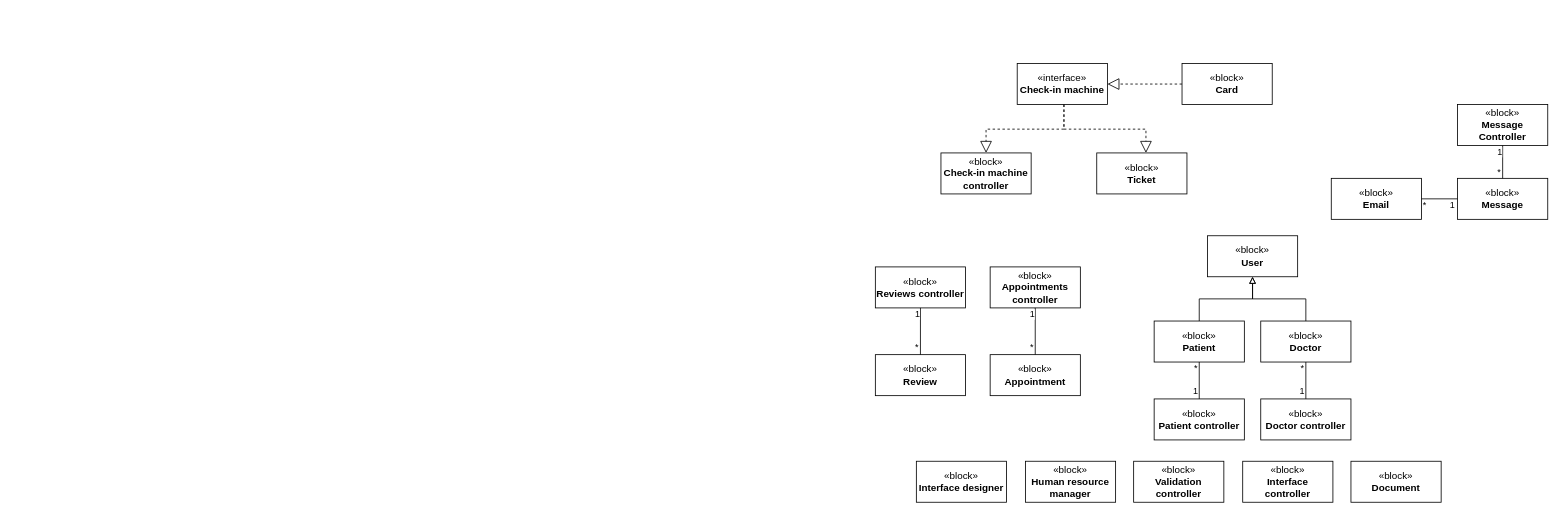
Before: Diagrams/Logical View/Logical View.drawio in RafaelCMira/myclinic-msp-project, a draw.io diagram. Source tidied: cells renumbered, new cells numbered last; positions are measured from the earlier drawing's top-left corner, leaving out a move shared by most shapes. Both pictures are drawn from the tidied source at 82%, with x=0, y=0 at pixel (875, 63).
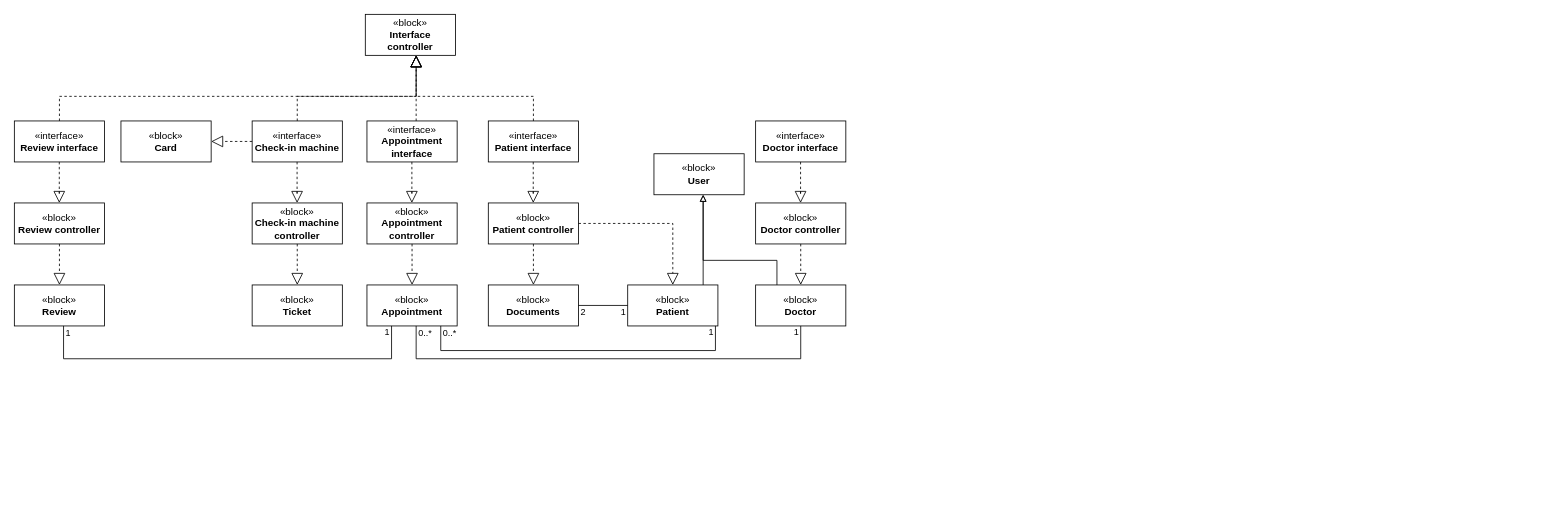
The same page after the edit.

The edit, as a diff of the source:
```diff
@@
+    <mxCell id="17" value="«block»&lt;br&gt;&lt;b&gt;Patient controller&lt;/b&gt;" style="html=1;whiteSpace=wrap;" parent="1" vertex="1">
+      <mxGeometry x="-472" y="170" width="110" height="50" as="geometry" />
+    </mxCell>
+    <mxCell id="46" value="«interface»&lt;br&gt;&lt;b&gt;Patient interface&lt;/b&gt;" style="html=1;whiteSpace=wrap;" parent="1" vertex="1">
+      <mxGeometry x="-472" y="70" width="110" height="50" as="geometry" />
+    </mxCell>
+    <mxCell id="47" value="«block»&lt;br&gt;&lt;b&gt;Documents&lt;/b&gt;" style="html=1;whiteSpace=wrap;" parent="1" vertex="1">
+      <mxGeometry x="-472" y="270" width="110" height="50" as="geometry" />
+    </mxCell>
+    <mxCell id="48" style="endArrow=block;dashed=1;endFill=0;endSize=12;html=1;rounded=0;edgeStyle=orthogonalEdgeStyle;" parent="1" edge="1">
+      <mxGeometry relative="1" as="geometry">
+        <mxPoint x="-417.2" y="120" as="sourcePoint" />
+        <mxPoint x="-417.2" y="170" as="targetPoint" />
+        <Array as="points">
+          <mxPoint x="-417.3" y="160" />
+          <mxPoint x="-417.3" y="160" />
+        </Array>
+      </mxGeometry>
+    </mxCell>
+    <mxCell id="49" style="endArrow=block;dashed=1;endFill=0;endSize=12;html=1;rounded=0;edgeStyle=orthogonalEdgeStyle;" parent="1" edge="1" source="17" target="47">
+      <mxGeometry relative="1" as="geometry" />
+    </mxCell>
     <mxCell id="2" value="«block»&lt;br&gt;&lt;b&gt;Patient&lt;/b&gt;" style="html=1;whiteSpace=wrap;" parent="1" vertex="1">
-      <mxGeometry x="340" y="314" width="110" height="50" as="geometry" />
+      <mxGeometry x="-302" y="270" width="110" height="50" as="geometry" />
     </mxCell>
+    <mxCell id="50" style="endArrow=block;dashed=1;endFill=0;endSize=12;html=1;rounded=0;edgeStyle=orthogonalEdgeStyle;" parent="1" edge="1" source="17" target="2">
+      <mxGeometry relative="1" as="geometry" />
+    </mxCell>
+    <mxCell id="51" style="endArrow=none;html=1;endSize=12;startArrow=none;startSize=14;startFill=0;edgeStyle=orthogonalEdgeStyle;rounded=0;endFill=0;" parent="1" edge="1" source="47" target="2">
+      <mxGeometry y="40" relative="1" as="geometry" />
+    </mxCell>
+    <mxCell id="52" value="2" style="edgeLabel;html=1;align=left;verticalAlign=top;" parent="51" vertex="1">
+      <mxGeometry x="-1" relative="1" as="geometry">
+        <mxPoint x="1" y="-5" as="offset" />
+      </mxGeometry>
+    </mxCell>
+    <mxCell id="53" value="1" style="edgeLabel;html=1;align=right;verticalAlign=top;" parent="51" vertex="1">
+      <mxGeometry x="1" relative="1" as="geometry">
+        <mxPoint x="-2" y="-5" as="offset" />
+      </mxGeometry>
+    </mxCell>
+    <mxCell id="54" value="«block»&lt;br&gt;&lt;b&gt;Appointment controller&lt;/b&gt;" style="html=1;whiteSpace=wrap;" parent="1" vertex="1">
+      <mxGeometry x="-620" y="170" width="110" height="50" as="geometry" />
+    </mxCell>
+    <mxCell id="55" value="«interface»&lt;br&gt;&lt;b&gt;Appointment interface&lt;/b&gt;" style="html=1;whiteSpace=wrap;" parent="1" vertex="1">
+      <mxGeometry x="-620" y="70" width="110" height="50" as="geometry" />
+    </mxCell>
+    <mxCell id="27" value="«block»&lt;br&gt;&lt;b&gt;Appointment&lt;/b&gt;" style="html=1;whiteSpace=wrap;" parent="1" vertex="1">
+      <mxGeometry x="-620" y="270" width="110" height="50" as="geometry" />
+    </mxCell>
+    <mxCell id="56" style="endArrow=block;dashed=1;endFill=0;endSize=12;html=1;rounded=0;edgeStyle=orthogonalEdgeStyle;" parent="1" edge="1">
+      <mxGeometry relative="1" as="geometry">
+        <mxPoint x="-565.2" y="120" as="sourcePoint" />
+        <mxPoint x="-565.2" y="170" as="targetPoint" />
+        <Array as="points">
+          <mxPoint x="-565.3" y="160" />
+          <mxPoint x="-565.3" y="160" />
+        </Array>
+      </mxGeometry>
+    </mxCell>
+    <mxCell id="57" style="endArrow=block;dashed=1;endFill=0;endSize=12;html=1;rounded=0;edgeStyle=orthogonalEdgeStyle;" parent="1" edge="1" source="54" target="27">
+      <mxGeometry relative="1" as="geometry" />
+    </mxCell>
+    <mxCell id="58" style="endArrow=none;html=1;endSize=12;startArrow=none;startSize=14;startFill=0;edgeStyle=orthogonalEdgeStyle;rounded=0;endFill=0;" parent="1" edge="1" source="27" target="2">
+      <mxGeometry y="40" relative="1" as="geometry">
+        <Array as="points">
+          <mxPoint x="-530" y="350" />
+          <mxPoint x="-195" y="350" />
+        </Array>
+      </mxGeometry>
+    </mxCell>
+    <mxCell id="59" value="0..*" style="edgeLabel;html=1;align=left;verticalAlign=top;" parent="58" vertex="1">
+      <mxGeometry x="-1" relative="1" as="geometry">
+        <mxPoint x="1" y="-4" as="offset" />
+      </mxGeometry>
+    </mxCell>
+    <mxCell id="60" value="1" style="edgeLabel;html=1;align=right;verticalAlign=top;" parent="58" vertex="1">
+      <mxGeometry x="1" relative="1" as="geometry">
+        <mxPoint x="-2" y="-5" as="offset" />
+      </mxGeometry>
+    </mxCell>
+    <mxCell id="8" value="«block»&lt;br&gt;&lt;b&gt;Check-in machine controller&lt;/b&gt;" style="html=1;whiteSpace=wrap;" parent="1" vertex="1">
+      <mxGeometry x="-760" y="170" width="110" height="50" as="geometry" />
+    </mxCell>
+    <mxCell id="7" value="«interface»&lt;br&gt;&lt;b&gt;Check-in machine&lt;/b&gt;" style="html=1;whiteSpace=wrap;" parent="1" vertex="1">
+      <mxGeometry x="-760" y="70" width="110" height="50" as="geometry" />
+    </mxCell>
+    <mxCell id="12" value="«block»&lt;br&gt;&lt;b&gt;Ticket&lt;/b&gt;" style="html=1;whiteSpace=wrap;" parent="1" vertex="1">
+      <mxGeometry x="-760" y="270" width="110" height="50" as="geometry" />
+    </mxCell>
+    <mxCell id="61" style="endArrow=block;dashed=1;endFill=0;endSize=12;html=1;rounded=0;edgeStyle=orthogonalEdgeStyle;" parent="1" edge="1">
+      <mxGeometry relative="1" as="geometry">
+        <mxPoint x="-705.2" y="120" as="sourcePoint" />
+        <mxPoint x="-705.2" y="170" as="targetPoint" />
+        <Array as="points">
+          <mxPoint x="-705.3" y="160" />
+          <mxPoint x="-705.3" y="160" />
+        </Array>
+      </mxGeometry>
+    </mxCell>
+    <mxCell id="62" style="endArrow=block;dashed=1;endFill=0;endSize=12;html=1;rounded=0;edgeStyle=orthogonalEdgeStyle;" parent="1" edge="1" source="8" target="12">
+      <mxGeometry relative="1" as="geometry" />
+    </mxCell>
+    <mxCell id="10" value="«block»&lt;br&gt;&lt;b&gt;Card&lt;/b&gt;" style="html=1;whiteSpace=wrap;" parent="1" vertex="1">
+      <mxGeometry x="-920" y="70" width="110" height="50" as="geometry" />
+    </mxCell>
+    <mxCell id="63" style="endArrow=block;dashed=1;endFill=0;endSize=12;html=1;rounded=0;edgeStyle=orthogonalEdgeStyle;" parent="1" edge="1" source="7" target="10">
+      <mxGeometry relative="1" as="geometry" />
+    </mxCell>
+    <mxCell id="22" value="«block»&lt;br&gt;&lt;b&gt;Interface controller&lt;/b&gt;" style="html=1;whiteSpace=wrap;" parent="1" vertex="1">
+      <mxGeometry x="-622" y="-60" width="110" height="50" as="geometry" />
+    </mxCell>
+    <mxCell id="64" style="endArrow=block;dashed=1;endFill=0;endSize=12;html=1;rounded=0;edgeStyle=orthogonalEdgeStyle;" parent="1" edge="1" source="7" target="22">
+      <mxGeometry relative="1" as="geometry">
+        <Array as="points">
+          <mxPoint x="-705" y="40" />
+          <mxPoint x="-560" y="40" />
+        </Array>
+      </mxGeometry>
+    </mxCell>
+    <mxCell id="65" style="endArrow=block;dashed=1;endFill=0;endSize=12;html=1;rounded=0;edgeStyle=orthogonalEdgeStyle;" parent="1" edge="1" source="55" target="22">
+      <mxGeometry relative="1" as="geometry">
+        <Array as="points">
+          <mxPoint x="-560" y="50" />
+          <mxPoint x="-560" y="50" />
+        </Array>
+      </mxGeometry>
+    </mxCell>
+    <mxCell id="66" style="endArrow=block;dashed=1;endFill=0;endSize=12;html=1;rounded=0;edgeStyle=orthogonalEdgeStyle;" parent="1" edge="1" source="46" target="22">
+      <mxGeometry relative="1" as="geometry">
+        <Array as="points">
+          <mxPoint x="-417" y="40" />
+          <mxPoint x="-560" y="40" />
+        </Array>
+      </mxGeometry>
+    </mxCell>
+    <mxCell id="67" value="«block»&lt;br&gt;&lt;b&gt;Review controller&lt;/b&gt;" style="html=1;whiteSpace=wrap;" parent="1" vertex="1">
+      <mxGeometry x="-1050" y="170" width="110" height="50" as="geometry" />
+    </mxCell>
+    <mxCell id="68" value="«interface»&lt;br&gt;&lt;b&gt;Review interface&lt;/b&gt;" style="html=1;whiteSpace=wrap;" parent="1" vertex="1">
+      <mxGeometry x="-1050" y="70" width="110" height="50" as="geometry" />
+    </mxCell>
+    <mxCell id="24" value="«block»&lt;br&gt;&lt;b&gt;Review&lt;/b&gt;" style="html=1;whiteSpace=wrap;" parent="1" vertex="1">
+      <mxGeometry x="-1050" y="270" width="110" height="50" as="geometry" />
+    </mxCell>
+    <mxCell id="69" style="endArrow=block;dashed=1;endFill=0;endSize=12;html=1;rounded=0;edgeStyle=orthogonalEdgeStyle;" parent="1" edge="1">
+      <mxGeometry relative="1" as="geometry">
+        <mxPoint x="-995.2" y="120" as="sourcePoint" />
+        <mxPoint x="-995.2" y="170" as="targetPoint" />
+        <Array as="points">
+          <mxPoint x="-995.3" y="160" />
+          <mxPoint x="-995.3" y="160" />
+        </Array>
+      </mxGeometry>
+    </mxCell>
+    <mxCell id="70" style="endArrow=block;dashed=1;endFill=0;endSize=12;html=1;rounded=0;edgeStyle=orthogonalEdgeStyle;" parent="1" edge="1" source="67" target="24">
+      <mxGeometry relative="1" as="geometry" />
+    </mxCell>
+    <mxCell id="71" style="endArrow=block;dashed=1;endFill=0;endSize=12;html=1;rounded=0;edgeStyle=orthogonalEdgeStyle;" parent="1" edge="1" source="68" target="22">
+      <mxGeometry relative="1" as="geometry">
+        <Array as="points">
+          <mxPoint x="-995" y="40" />
+          <mxPoint x="-560" y="40" />
+        </Array>
+      </mxGeometry>
+    </mxCell>
+    <mxCell id="72" style="endArrow=none;html=1;endSize=12;startArrow=none;startSize=14;startFill=0;edgeStyle=orthogonalEdgeStyle;rounded=0;endFill=0;" parent="1" edge="1" source="24" target="27">
+      <mxGeometry y="40" relative="1" as="geometry">
+        <Array as="points">
+          <mxPoint x="-990" y="360" />
+          <mxPoint x="-590" y="360" />
+        </Array>
+      </mxGeometry>
+    </mxCell>
+    <mxCell id="73" value="1" style="edgeLabel;html=1;align=left;verticalAlign=top;" parent="72" vertex="1">
+      <mxGeometry x="-1" relative="1" as="geometry">
+        <mxPoint x="1" y="-4" as="offset" />
+      </mxGeometry>
+    </mxCell>
+    <mxCell id="74" value="1" style="edgeLabel;html=1;align=right;verticalAlign=top;" parent="72" vertex="1">
+      <mxGeometry x="1" relative="1" as="geometry">
+        <mxPoint x="-2" y="-5" as="offset" />
+      </mxGeometry>
+    </mxCell>
     <mxCell id="3" value="«block»&lt;br&gt;&lt;b&gt;Doctor&lt;/b&gt;" style="html=1;whiteSpace=wrap;" parent="1" vertex="1">
-      <mxGeometry x="470" y="314" width="110" height="50" as="geometry" />
+      <mxGeometry x="-146" y="270" width="110" height="50" as="geometry" />
     </mxCell>
     <mxCell id="4" value="«block»&lt;br&gt;&lt;b&gt;User&lt;/b&gt;" style="html=1;whiteSpace=wrap;" parent="1" vertex="1">
-      <mxGeometry x="405" y="210" width="110" height="50" as="geometry" />
+      <mxGeometry x="-270" y="110" width="110" height="50" as="geometry" />
     </mxCell>
+    <mxCell id="6" style="endArrow=none;endFill=0;endSize=12;html=1;rounded=0;edgeStyle=orthogonalEdgeStyle;startArrow=block;startFill=0;" parent="1" edge="1" source="4" target="3">
+      <mxGeometry relative="1" as="geometry">
+        <Array as="points">
+          <mxPoint x="-210" y="240" />
+          <mxPoint x="-120" y="240" />
+        </Array>
+      </mxGeometry>
+    </mxCell>
     <mxCell id="5" style="endArrow=none;endFill=0;endSize=12;html=1;rounded=0;edgeStyle=orthogonalEdgeStyle;startArrow=block;startFill=0;" parent="1" edge="1" source="4" target="2">
-      <mxGeometry relative="1" as="geometry" />
+      <mxGeometry relative="1" as="geometry">
+        <Array as="points">
+          <mxPoint x="-210" y="220" />
+          <mxPoint x="-210" y="220" />
+        </Array>
+      </mxGeometry>
     </mxCell>
-    <mxCell id="6" style="endArrow=none;endFill=0;endSize=12;html=1;rounded=0;edgeStyle=orthogonalEdgeStyle;startArrow=block;startFill=0;" parent="1" edge="1" source="4" target="3">
-      <mxGeometry relative="1" as="geometry" />
-    </mxCell>
-    <mxCell id="7" value="«interface»&lt;br&gt;&lt;b&gt;Check-in machine&lt;/b&gt;" style="html=1;whiteSpace=wrap;" parent="1" vertex="1">
-      <mxGeometry x="173" width="110" height="50" as="geometry" />
-    </mxCell>
-    <mxCell id="8" value="«block»&lt;br&gt;&lt;b&gt;Check-in machine controller&lt;/b&gt;" style="html=1;whiteSpace=wrap;" parent="1" vertex="1">
-      <mxGeometry x="80" y="109" width="110" height="50" as="geometry" />
-    </mxCell>
-    <mxCell id="9" style="endArrow=block;dashed=1;endFill=0;endSize=12;html=1;rounded=0;edgeStyle=orthogonalEdgeStyle;" parent="1" edge="1" source="7" target="8">
-      <mxGeometry relative="1" as="geometry">
-        <Array as="points">
-          <mxPoint x="230" y="80" />
-          <mxPoint x="135" y="80" />
-        </Array>
-      </mxGeometry>
-    </mxCell>
-    <mxCell id="10" value="«block»&lt;br&gt;&lt;b&gt;Card&lt;/b&gt;" style="html=1;whiteSpace=wrap;" parent="1" vertex="1">
-      <mxGeometry x="374" width="110" height="50" as="geometry" />
-    </mxCell>
-    <mxCell id="11" style="endArrow=block;dashed=1;endFill=0;endSize=12;html=1;rounded=0;edgeStyle=orthogonalEdgeStyle;" parent="1" edge="1" source="10" target="7">
-      <mxGeometry relative="1" as="geometry" />
-    </mxCell>
-    <mxCell id="12" value="«block»&lt;br&gt;&lt;b&gt;Ticket&lt;/b&gt;" style="html=1;whiteSpace=wrap;" parent="1" vertex="1">
-      <mxGeometry x="270" y="109" width="110" height="50" as="geometry" />
-    </mxCell>
-    <mxCell id="13" style="endArrow=block;dashed=1;endFill=0;endSize=12;html=1;rounded=0;edgeStyle=orthogonalEdgeStyle;" parent="1" edge="1" source="7" target="12">
-      <mxGeometry relative="1" as="geometry">
-        <Array as="points">
-          <mxPoint x="230" y="80" />
-          <mxPoint x="330" y="80" />
-        </Array>
-      </mxGeometry>
-    </mxCell>
-    <mxCell id="14" value="«block»&lt;br&gt;&lt;b&gt;Appointments controller&lt;/b&gt;" style="html=1;whiteSpace=wrap;" parent="1" vertex="1">
-      <mxGeometry x="140" y="248" width="110" height="50" as="geometry" />
-    </mxCell>
-    <mxCell id="15" value="«block»&lt;br&gt;&lt;b&gt;Message Controller&lt;/b&gt;" style="html=1;whiteSpace=wrap;" parent="1" vertex="1">
-      <mxGeometry x="710" y="50" width="110" height="50" as="geometry" />
-    </mxCell>
-    <mxCell id="16" value="«block»&lt;br&gt;&lt;b&gt;Document&lt;/b&gt;" style="html=1;whiteSpace=wrap;" parent="1" vertex="1">
-      <mxGeometry x="580" y="485" width="110" height="50" as="geometry" />
-    </mxCell>
-    <mxCell id="17" value="«block»&lt;br&gt;&lt;b&gt;Patient controller&lt;/b&gt;" style="html=1;whiteSpace=wrap;" parent="1" vertex="1">
-      <mxGeometry x="340" y="409" width="110" height="50" as="geometry" />
-    </mxCell>
-    <mxCell id="18" value="«block»&lt;br&gt;&lt;b&gt;Human resource manager&lt;/b&gt;" style="html=1;whiteSpace=wrap;" parent="1" vertex="1">
-      <mxGeometry x="183" y="485" width="110" height="50" as="geometry" />
-    </mxCell>
-    <mxCell id="19" value="«block»&lt;br&gt;&lt;b&gt;Email&lt;/b&gt;" style="html=1;whiteSpace=wrap;" parent="1" vertex="1">
-      <mxGeometry x="556" y="140" width="110" height="50" as="geometry" />
-    </mxCell>
-    <mxCell id="20" value="«block»&lt;br&gt;&lt;b&gt;Validation controller&lt;/b&gt;" style="html=1;whiteSpace=wrap;" parent="1" vertex="1">
-      <mxGeometry x="315" y="485" width="110" height="50" as="geometry" />
-    </mxCell>
-    <mxCell id="21" value="«block»&lt;br&gt;&lt;b&gt;Message&lt;/b&gt;" style="html=1;whiteSpace=wrap;" parent="1" vertex="1">
-      <mxGeometry x="710" y="140" width="110" height="50" as="geometry" />
-    </mxCell>
-    <mxCell id="22" value="«block»&lt;br&gt;&lt;b&gt;Interface controller&lt;/b&gt;" style="html=1;whiteSpace=wrap;" parent="1" vertex="1">
-      <mxGeometry x="448" y="485" width="110" height="50" as="geometry" />
-    </mxCell>
-    <mxCell id="23" value="«block»&lt;br&gt;&lt;b&gt;Interface designer&lt;/b&gt;" style="html=1;whiteSpace=wrap;" parent="1" vertex="1">
-      <mxGeometry x="50" y="485" width="110" height="50" as="geometry" />
-    </mxCell>
-    <mxCell id="24" value="«block»&lt;br&gt;&lt;b&gt;Review&lt;/b&gt;" style="html=1;whiteSpace=wrap;" parent="1" vertex="1">
-      <mxGeometry y="355" width="110" height="50" as="geometry" />
-    </mxCell>
-    <mxCell id="25" value="«block»&lt;br&gt;&lt;b&gt;Reviews controller&lt;/b&gt;" style="html=1;whiteSpace=wrap;" parent="1" vertex="1">
-      <mxGeometry y="248" width="110" height="50" as="geometry" />
-    </mxCell>
+    <mxCell id="75" style="endArrow=none;html=1;endSize=12;startArrow=none;startSize=14;startFill=0;edgeStyle=orthogonalEdgeStyle;rounded=0;endFill=0;" parent="1" edge="1" source="27" target="3">
+      <mxGeometry y="40" relative="1" as="geometry">
+        <Array as="points">
+          <mxPoint x="-560" y="360" />
+          <mxPoint x="-91" y="360" />
+        </Array>
+      </mxGeometry>
+    </mxCell>
+    <mxCell id="76" value="0..*" style="edgeLabel;html=1;align=left;verticalAlign=top;" parent="75" vertex="1">
+      <mxGeometry x="-1" relative="1" as="geometry">
+        <mxPoint x="1" y="-4" as="offset" />
+      </mxGeometry>
+    </mxCell>
+    <mxCell id="77" value="1" style="edgeLabel;html=1;align=right;verticalAlign=top;" parent="75" vertex="1">
+      <mxGeometry x="1" relative="1" as="geometry">
+        <mxPoint x="-2" y="-5" as="offset" />
+      </mxGeometry>
+    </mxCell>
     <mxCell id="26" value="«block»&lt;br&gt;&lt;b&gt;Doctor controller&lt;/b&gt;" style="html=1;whiteSpace=wrap;" parent="1" vertex="1">
-      <mxGeometry x="470" y="409" width="110" height="50" as="geometry" />
+      <mxGeometry x="-146" y="170" width="110" height="50" as="geometry" />
     </mxCell>
-    <mxCell id="27" value="«block»&lt;br&gt;&lt;b&gt;Appointment&lt;/b&gt;" style="html=1;whiteSpace=wrap;" parent="1" vertex="1">
-      <mxGeometry x="140" y="355" width="110" height="50" as="geometry" />
-    </mxCell>
-    <mxCell id="28" style="endArrow=none;html=1;endSize=12;startArrow=none;startSize=14;startFill=0;edgeStyle=orthogonalEdgeStyle;rounded=0;endFill=0;" parent="1" edge="1" source="24" target="25">
-      <mxGeometry y="40" relative="1" as="geometry" />
-    </mxCell>
-    <mxCell id="29" value="*" style="edgeLabel;html=1;align=left;verticalAlign=top;" parent="28" vertex="1">
-      <mxGeometry x="-1" relative="1" as="geometry">
-        <mxPoint x="-8" y="-22" as="offset" />
-      </mxGeometry>
-    </mxCell>
-    <mxCell id="30" value="1" style="edgeLabel;html=1;align=right;verticalAlign=top;" parent="28" vertex="1">
-      <mxGeometry x="1" relative="1" as="geometry">
-        <mxPoint y="-5" as="offset" />
-      </mxGeometry>
-    </mxCell>
-    <mxCell id="31" style="endArrow=none;html=1;endSize=12;startArrow=none;startSize=14;startFill=0;edgeStyle=orthogonalEdgeStyle;rounded=0;endFill=0;" parent="1" edge="1" source="2" target="17">
-      <mxGeometry y="40" relative="1" as="geometry" />
-    </mxCell>
-    <mxCell id="32" value="*" style="edgeLabel;html=1;align=left;verticalAlign=top;" parent="31" vertex="1">
-      <mxGeometry x="-1" relative="1" as="geometry">
-        <mxPoint x="-8" y="-5" as="offset" />
-      </mxGeometry>
-    </mxCell>
-    <mxCell id="33" value="1" style="edgeLabel;html=1;align=right;verticalAlign=top;" parent="31" vertex="1">
-      <mxGeometry x="1" relative="1" as="geometry">
-        <mxPoint x="-1" y="-22" as="offset" />
-      </mxGeometry>
-    </mxCell>
-    <mxCell id="34" style="endArrow=none;html=1;endSize=12;startArrow=none;startSize=14;startFill=0;edgeStyle=orthogonalEdgeStyle;rounded=0;endFill=0;" parent="1" edge="1" source="3" target="26">
-      <mxGeometry y="40" relative="1" as="geometry" />
-    </mxCell>
-    <mxCell id="35" value="*" style="edgeLabel;html=1;align=left;verticalAlign=top;" parent="34" vertex="1">
-      <mxGeometry x="-1" relative="1" as="geometry">
-        <mxPoint x="-8" y="-5" as="offset" />
-      </mxGeometry>
-    </mxCell>
-    <mxCell id="36" value="1" style="edgeLabel;html=1;align=right;verticalAlign=top;" parent="34" vertex="1">
-      <mxGeometry x="1" relative="1" as="geometry">
-        <mxPoint x="-1" y="-22" as="offset" />
-      </mxGeometry>
-    </mxCell>
-    <mxCell id="37" style="endArrow=none;html=1;endSize=12;startArrow=none;startSize=14;startFill=0;edgeStyle=orthogonalEdgeStyle;rounded=0;endFill=0;" parent="1" edge="1" source="27" target="14">
-      <mxGeometry y="40" relative="1" as="geometry" />
-    </mxCell>
-    <mxCell id="38" value="*" style="edgeLabel;html=1;align=left;verticalAlign=top;" parent="37" vertex="1">
-      <mxGeometry x="-1" relative="1" as="geometry">
-        <mxPoint x="-8" y="-22" as="offset" />
-      </mxGeometry>
-    </mxCell>
-    <mxCell id="39" value="1" style="edgeLabel;html=1;align=right;verticalAlign=top;" parent="37" vertex="1">
-      <mxGeometry x="1" relative="1" as="geometry">
-        <mxPoint y="-5" as="offset" />
-      </mxGeometry>
-    </mxCell>
-    <mxCell id="40" style="endArrow=none;html=1;endSize=12;startArrow=none;startSize=14;startFill=0;edgeStyle=orthogonalEdgeStyle;rounded=0;endFill=0;" parent="1" edge="1" source="21" target="15">
-      <mxGeometry y="40" relative="1" as="geometry" />
-    </mxCell>
-    <mxCell id="41" value="*" style="edgeLabel;html=1;align=left;verticalAlign=top;" parent="40" vertex="1">
-      <mxGeometry x="-1" relative="1" as="geometry">
-        <mxPoint x="-8" y="-21" as="offset" />
-      </mxGeometry>
-    </mxCell>
-    <mxCell id="42" value="1" style="edgeLabel;html=1;align=right;verticalAlign=top;" parent="40" vertex="1">
-      <mxGeometry x="1" relative="1" as="geometry">
-        <mxPoint y="-5" as="offset" />
-      </mxGeometry>
-    </mxCell>
-    <mxCell id="43" style="endArrow=none;html=1;endSize=12;startArrow=none;startSize=14;startFill=0;edgeStyle=orthogonalEdgeStyle;rounded=0;endFill=0;" parent="1" edge="1" source="19" target="21">
-      <mxGeometry y="40" relative="1" as="geometry" />
-    </mxCell>
-    <mxCell id="44" value="*" style="edgeLabel;html=1;align=left;verticalAlign=top;" parent="43" vertex="1">
-      <mxGeometry x="-1" relative="1" as="geometry">
-        <mxPoint y="-5" as="offset" />
-      </mxGeometry>
-    </mxCell>
-    <mxCell id="45" value="1" style="edgeLabel;html=1;align=right;verticalAlign=top;" parent="43" vertex="1">
-      <mxGeometry x="1" relative="1" as="geometry">
-        <mxPoint x="-3" y="-5" as="offset" />
-      </mxGeometry>
-    </mxCell>
+    <mxCell id="78" value="«interface»&lt;br&gt;&lt;b&gt;Doctor interface&lt;/b&gt;" style="html=1;whiteSpace=wrap;" parent="1" vertex="1">
+      <mxGeometry x="-146" y="70" width="110" height="50" as="geometry" />
+    </mxCell>
+    <mxCell id="79" style="endArrow=block;dashed=1;endFill=0;endSize=12;html=1;rounded=0;edgeStyle=orthogonalEdgeStyle;" parent="1" edge="1">
+      <mxGeometry relative="1" as="geometry">
+        <mxPoint x="-91.2" y="120" as="sourcePoint" />
+        <mxPoint x="-91.2" y="170" as="targetPoint" />
+        <Array as="points">
+          <mxPoint x="-91.3" y="160" />
+          <mxPoint x="-91.3" y="160" />
+        </Array>
+      </mxGeometry>
+    </mxCell>
+    <mxCell id="80" style="endArrow=block;dashed=1;endFill=0;endSize=12;html=1;rounded=0;edgeStyle=orthogonalEdgeStyle;" parent="1" edge="1" source="26" target="3">
+      <mxGeometry relative="1" as="geometry" />
+    </mxCell>
```
